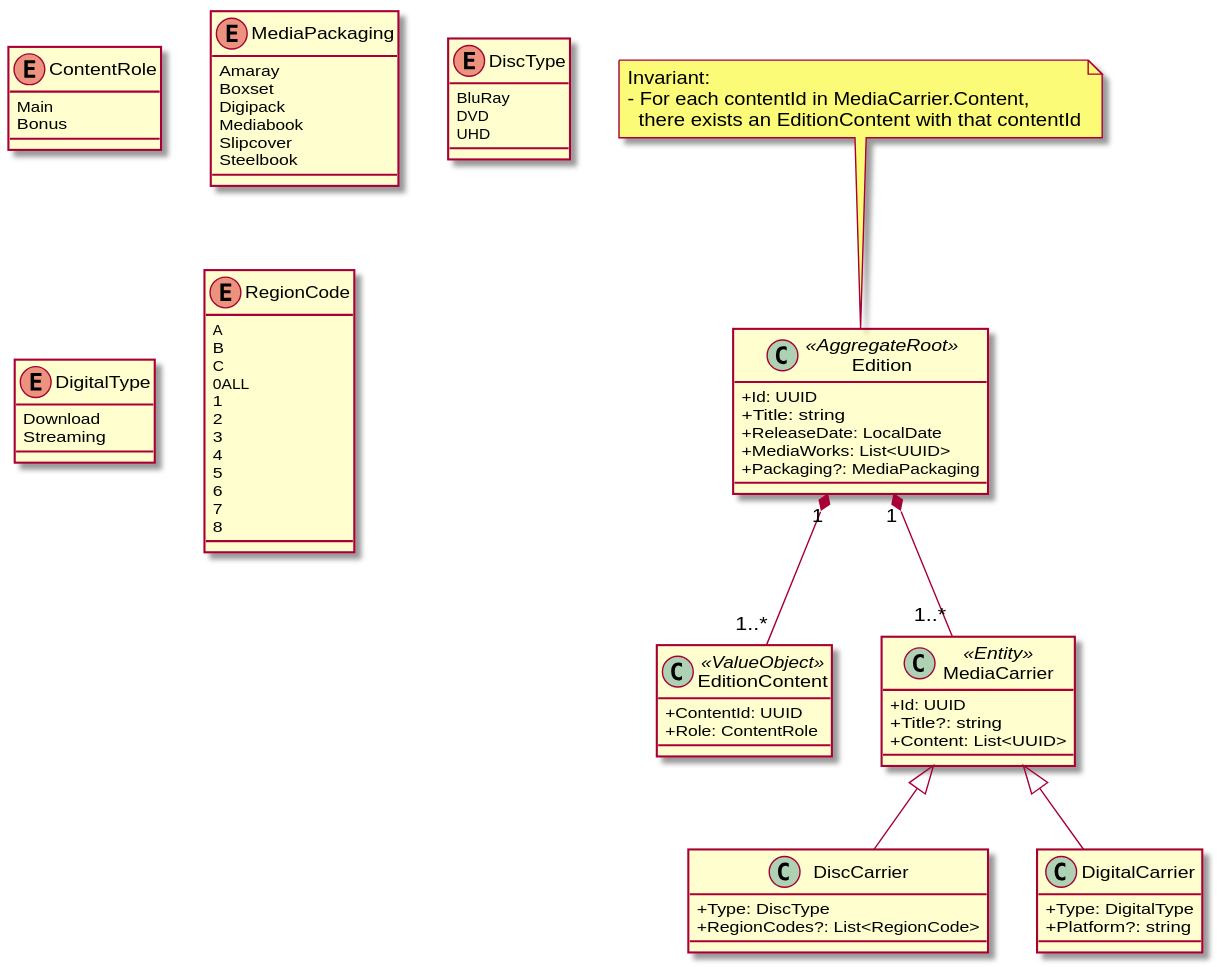
Earlier version of the PlantUML export docs/diagrams/domain/domain-edition.svg (yantue/colleq).
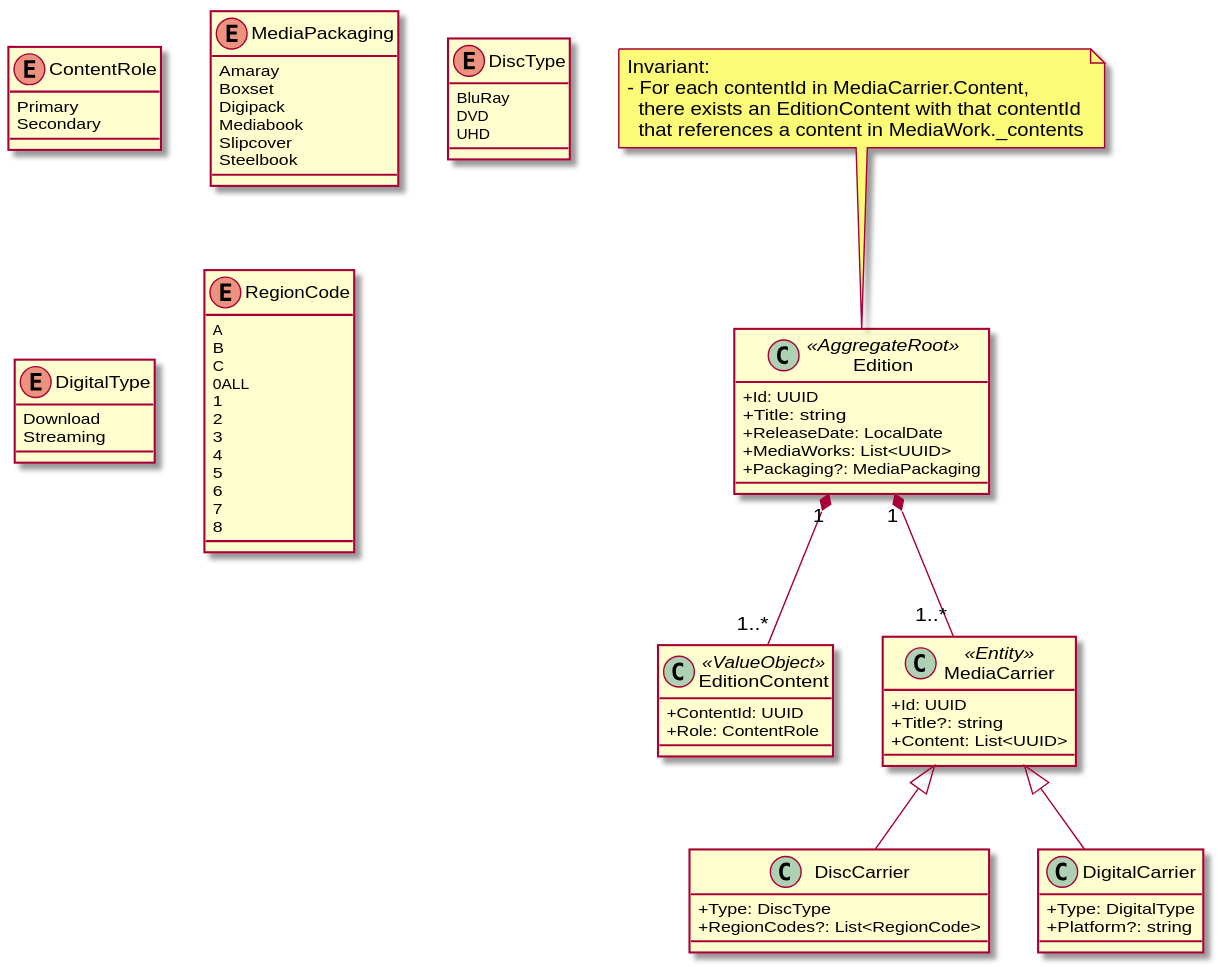
Above is the later version.

Change to the diagram source:
```diff
@@ -13,6 +13,7 @@
 Invariant:
 - For each contentId in MediaCarrier.Content,
   there exists an EditionContent with that contentId
+  that references a content in MediaWork._contents
 end note
 
 class EditionContent <<ValueObject>> {
@@ -23,8 +24,8 @@
 Edition "1" *-- "1..*" EditionContent
 
 enum ContentRole {
-    Main
-    Bonus
+    Primary
+    Secondary
 }
 
 class MediaCarrier <<Entity>> {
```
